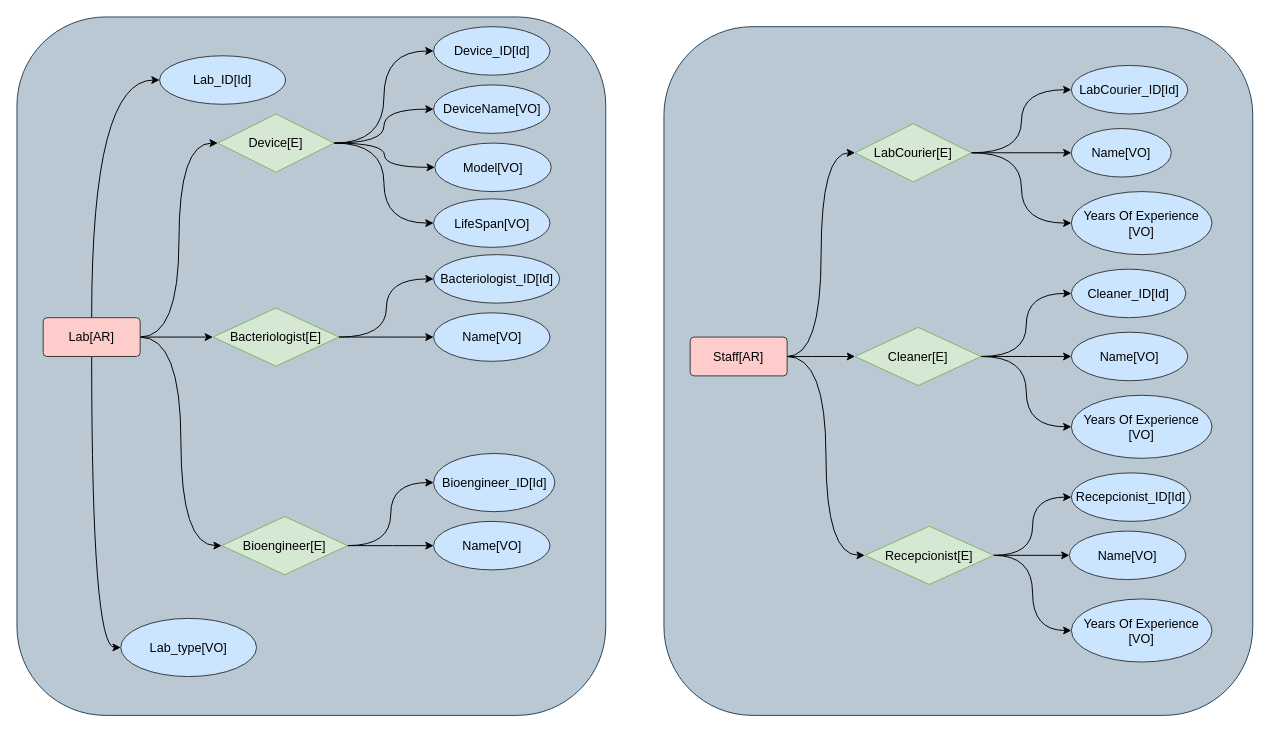
Above: page "CoreSubdomain - Clnical Lab" (2 of 4) of src/main/java/MedalloLab.drawio in jpabloallin/medellinLabDDD (draw.io), before the change. Source tidied: cells renumbered, new cells numbered last; positions are measured from the earlier drawing's top-left corner, leaving out a move shared by most shapes. Both pictures are drawn from the tidied source at 97%, with x=0, y=0 at pixel (16, 16).
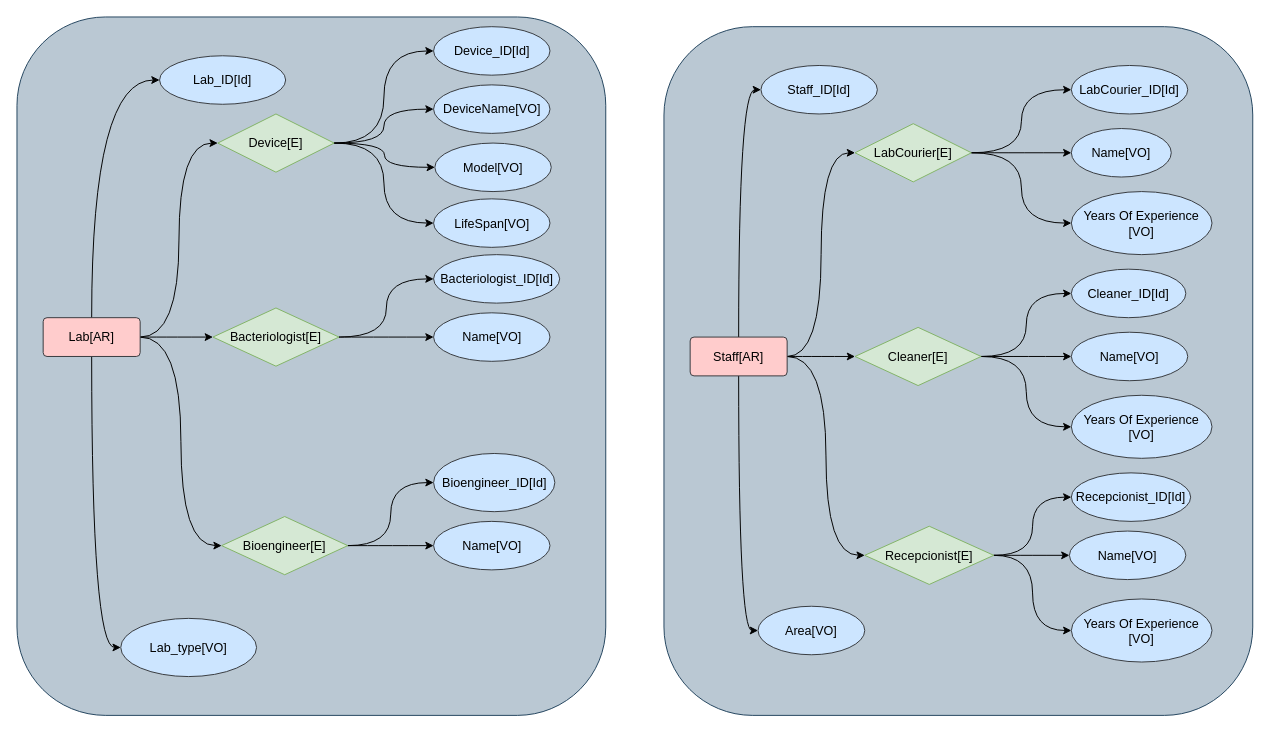
Above is the later version.

The change refers to these unchanged cells:
```xml
<mxCell id="32" value="Staff[AR]" style="rounded=1;arcSize=10;whiteSpace=wrap;html=1;align=center;fontSize=13;fillColor=#ffcccc;strokeColor=#36393d;" parent="1" vertex="1">
  <mxGeometry x="694" y="330" width="100" height="40" as="geometry" />
</mxCell>
```

What changed in the source:
```diff
@@
+    <mxCell id="56" style="edgeStyle=orthogonalEdgeStyle;curved=1;rounded=0;jettySize=auto;html=1;entryX=0;entryY=0.5;entryDx=0;entryDy=0;fontSize=24;startArrow=none;startFill=0;endArrow=classic;endFill=1;" parent="1" edge="1" source="32" target="58">
+      <mxGeometry relative="1" as="geometry" />
+    </mxCell>
+    <mxCell id="57" style="edgeStyle=orthogonalEdgeStyle;curved=1;rounded=0;jettySize=auto;html=1;entryX=0;entryY=0.5;entryDx=0;entryDy=0;fontSize=24;startArrow=none;startFill=0;endArrow=classic;endFill=1;" parent="1" edge="1" source="32" target="59">
+      <mxGeometry relative="1" as="geometry" />
+    </mxCell>
@@
+    <mxCell id="58" value="Staff_ID[Id]" style="ellipse;whiteSpace=wrap;html=1;align=center;fontSize=13;fillColor=#cce5ff;strokeColor=#36393d;" parent="1" vertex="1">
+      <mxGeometry x="767" y="50" width="120" height="50" as="geometry" />
+    </mxCell>
+    <mxCell id="59" value="Area[VO]" style="ellipse;whiteSpace=wrap;html=1;align=center;fontSize=13;fillColor=#cce5ff;strokeColor=#36393d;" parent="1" vertex="1">
+      <mxGeometry x="764" y="607.5" width="110" height="50" as="geometry" />
+    </mxCell>
```
